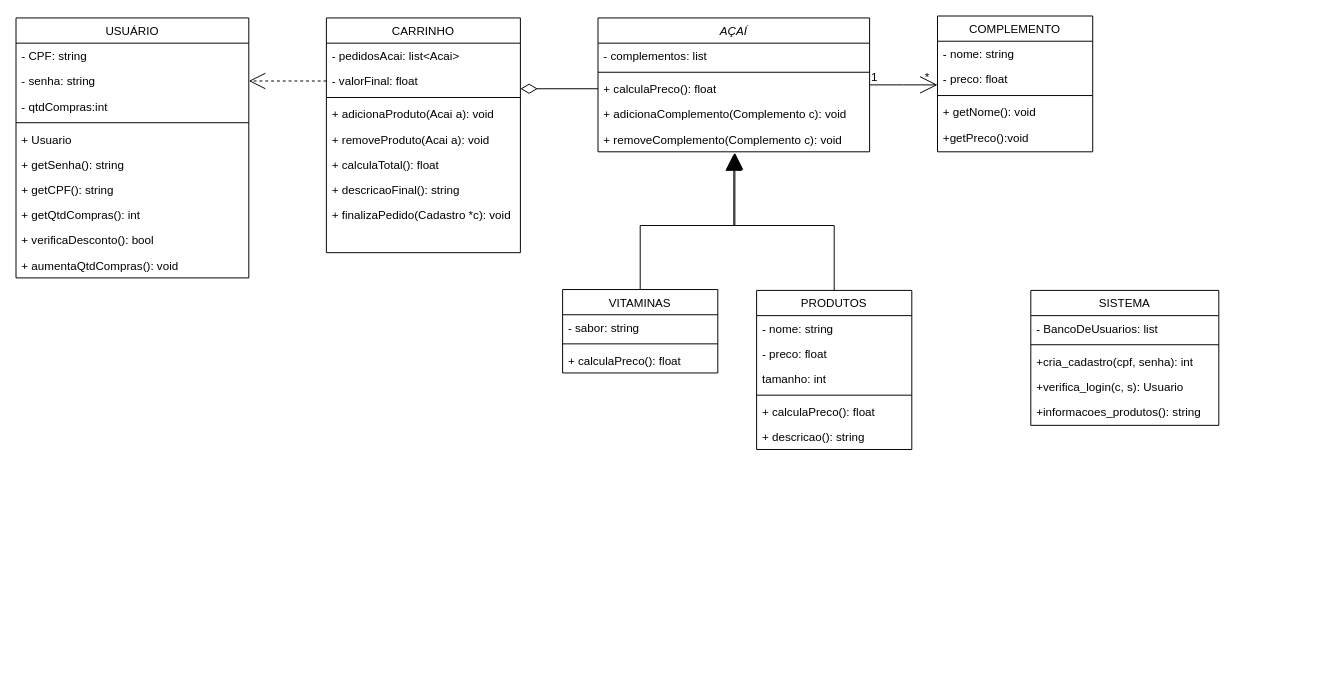
This is DiagramaDeClasses.drawio from leticiaacs/TPFinal, a draw.io file, before an edit. Source tidied: cells renumbered, new cells numbered last; positions are measured from the earlier drawing's top-left corner, leaving out a move shared by most shapes. Both pictures are drawn from the tidied source at 97%, with x=0, y=0 at pixel (16, 16).
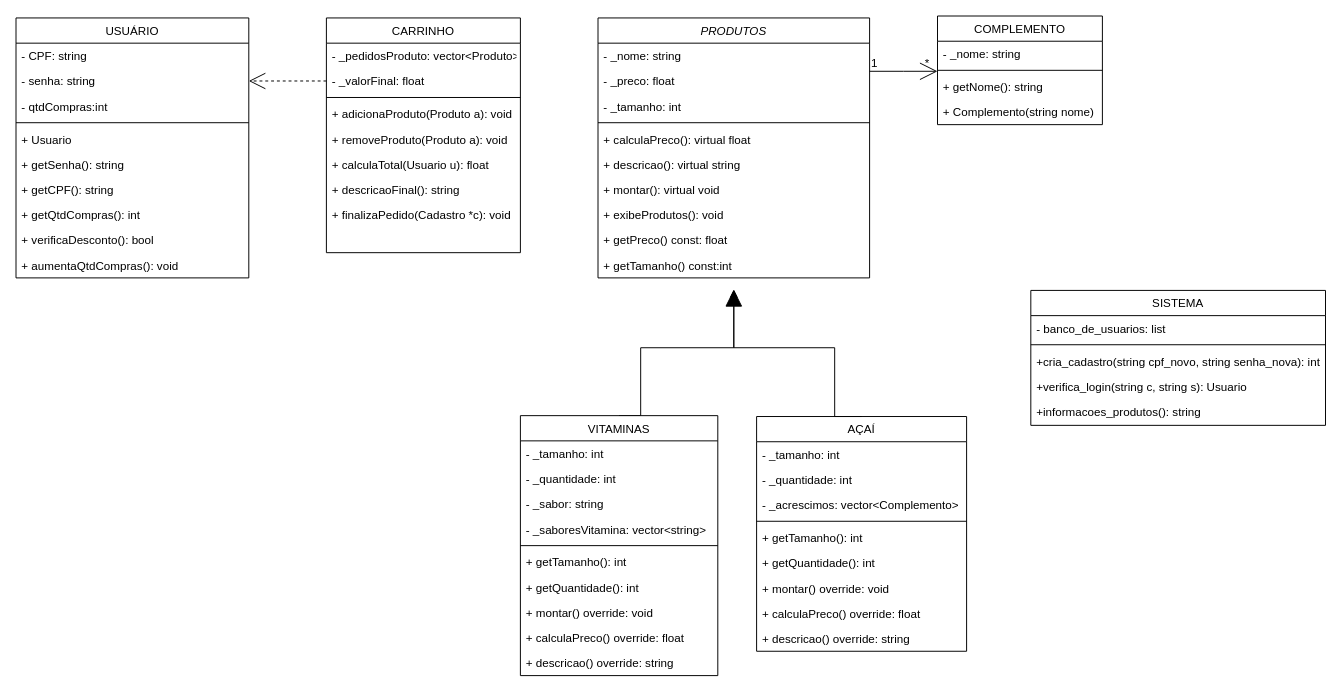
After the change.

Commit message:
Todas as classes foram corrigidas

Unchanged cells that the change refers to:
```xml
<mxCell id="28" value="CARRINHO" style="swimlane;fontStyle=0;align=center;verticalAlign=top;horizontal=1;startSize=26;rounded=0;shadow=0;strokeWidth=1;" parent="1" vertex="1">
  <mxGeometry x="320" y="2" width="200" height="242" as="geometry" />
</mxCell>
```

What changed in the source:
```diff
@@
-    <mxCell id="2" value="AÇAÍ" style="swimlane;fontStyle=2;align=center;verticalAlign=top;horizontal=1;startSize=26;rounded=0;shadow=0;strokeWidth=1;" parent="1" vertex="1">
-      <mxGeometry x="600" y="2" width="280" height="138" as="geometry" />
+    <mxCell id="2" value="PRODUTOS" style="swimlane;fontStyle=2;align=center;verticalAlign=top;horizontal=1;startSize=26;rounded=0;shadow=0;strokeWidth=1;" parent="1" vertex="1">
+      <mxGeometry x="600" y="2" width="280" height="268" as="geometry" />
     </mxCell>
-    <mxCell id="3" value="- complementos: list" style="text;align=left;verticalAlign=top;spacingLeft=4;spacingRight=4;overflow=hidden;rounded=0;shadow=0;html=0;" parent="2" vertex="1">
+    <mxCell id="3" value="- _nome: string" style="text;align=left;verticalAlign=top;spacingLeft=4;spacingRight=4;overflow=hidden;rounded=0;shadow=0;html=0;" parent="2" vertex="1">
       <mxGeometry y="26" width="280" height="26" as="geometry" />
     </mxCell>
+    <mxCell id="58" value="- _preco: float" style="text;align=left;verticalAlign=top;spacingLeft=4;spacingRight=4;overflow=hidden;rounded=0;shadow=0;html=0;" parent="2" vertex="1">
+      <mxGeometry y="52" width="280" height="26" as="geometry" />
+    </mxCell>
+    <mxCell id="59" value="- _tamanho: int" style="text;align=left;verticalAlign=top;spacingLeft=4;spacingRight=4;overflow=hidden;rounded=0;shadow=0;html=0;" parent="2" vertex="1">
+      <mxGeometry y="78" width="280" height="26" as="geometry" />
+    </mxCell>
     <mxCell id="4" style="line;html=1;strokeWidth=1;align=left;verticalAlign=middle;spacingTop=-1;spacingLeft=3;spacingRight=3;labelPosition=right;" parent="2" vertex="1">
-      <mxGeometry y="52" width="280" height="8" as="geometry" />
+      <mxGeometry y="104" width="280" height="8" as="geometry" />
     </mxCell>
-    <mxCell id="5" value="+ calculaPreco(): float" style="text;align=left;verticalAlign=top;spacingLeft=4;spacingRight=4;overflow=hidden;points=[[0,0.5],[1,0.5]];portConstraint=eastwest;" parent="2" vertex="1">
-      <mxGeometry y="60" width="280" height="26" as="geometry" />
+    <mxCell id="5" value="+ calculaPreco(): virtual float" style="text;align=left;verticalAlign=top;spacingLeft=4;spacingRight=4;overflow=hidden;points=[[0,0.5],[1,0.5]];portConstraint=eastwest;" parent="2" vertex="1">
+      <mxGeometry y="112" width="280" height="26" as="geometry" />
     </mxCell>
-    <mxCell id="6" value="+ adicionaComplemento(Complemento c): void" style="text;align=left;verticalAlign=top;spacingLeft=4;spacingRight=4;overflow=hidden;" parent="2" vertex="1">
-      <mxGeometry y="86" width="280" height="26" as="geometry" />
+    <mxCell id="6" value="+ descricao(): virtual string" style="text;align=left;verticalAlign=top;spacingLeft=4;spacingRight=4;overflow=hidden;" parent="2" vertex="1">
+      <mxGeometry y="138" width="280" height="26" as="geometry" />
     </mxCell>
-    <mxCell id="7" value="+ removeComplemento(Complemento c): void" style="text;align=left;verticalAlign=top;spacingLeft=4;spacingRight=4;overflow=hidden;points=[[0,0.5],[1,0.5]];portConstraint=eastwest;" parent="2" vertex="1">
-      <mxGeometry y="112" width="280" height="26" as="geometry" />
+    <mxCell id="7" value="+ montar(): virtual void" style="text;align=left;verticalAlign=top;spacingLeft=4;spacingRight=4;overflow=hidden;points=[[0,0.5],[1,0.5]];portConstraint=eastwest;" parent="2" vertex="1">
+      <mxGeometry y="164" width="280" height="26" as="geometry" />
     </mxCell>
+    <mxCell id="60" value="+ exibeProdutos(): void" style="text;align=left;verticalAlign=top;spacingLeft=4;spacingRight=4;overflow=hidden;" parent="2" vertex="1">
+      <mxGeometry y="190" width="280" height="26" as="geometry" />
+    </mxCell>
+    <mxCell id="61" value="+ getPreco() const: float" style="text;align=left;verticalAlign=top;spacingLeft=4;spacingRight=4;overflow=hidden;" parent="2" vertex="1">
+      <mxGeometry y="216" width="280" height="26" as="geometry" />
+    </mxCell>
+    <mxCell id="62" value="+ getTamanho() const:int" style="text;align=left;verticalAlign=top;spacingLeft=4;spacingRight=4;overflow=hidden;" parent="2" vertex="1">
+      <mxGeometry y="242" width="280" height="26" as="geometry" />
+    </mxCell>
     <mxCell id="8" value="COMPLEMENTO" style="swimlane;fontStyle=0;align=center;verticalAlign=top;horizontal=1;startSize=26;rounded=0;shadow=0;strokeWidth=1;" parent="1" vertex="1">
-      <mxGeometry x="950" width="160" height="140" as="geometry" />
+      <mxGeometry x="950" width="170" height="112" as="geometry" />
     </mxCell>
-    <mxCell id="9" value="- nome: string" style="text;align=left;verticalAlign=top;spacingLeft=4;spacingRight=4;overflow=hidden;" parent="8" vertex="1">
-      <mxGeometry y="26" width="160" height="26" as="geometry" />
+    <mxCell id="9" value="- _nome: string" style="text;align=left;verticalAlign=top;spacingLeft=4;spacingRight=4;overflow=hidden;" parent="8" vertex="1">
+      <mxGeometry y="26" width="170" height="26" as="geometry" />
     </mxCell>
-    <mxCell id="10" value="- preco: float" style="text;align=left;verticalAlign=top;spacingLeft=4;spacingRight=4;overflow=hidden;rounded=0;shadow=0;html=0;" parent="8" vertex="1">
-      <mxGeometry y="52" width="160" height="26" as="geometry" />
-    </mxCell>
     <mxCell id="11" style="line;html=1;strokeWidth=1;align=left;verticalAlign=middle;spacingTop=-1;spacingLeft=3;spacingRight=3;labelPosition=right;" parent="8" vertex="1">
-      <mxGeometry y="78" width="160" height="8" as="geometry" />
+      <mxGeometry y="52" width="170" height="8" as="geometry" />
     </mxCell>
-    <mxCell id="12" value="+ getNome(): void" style="text;align=left;verticalAlign=top;spacingLeft=4;spacingRight=4;overflow=hidden;" parent="8" vertex="1">
-      <mxGeometry y="86" width="160" height="26" as="geometry" />
+    <mxCell id="12" value="+ getNome(): string" style="text;align=left;verticalAlign=top;spacingLeft=4;spacingRight=4;overflow=hidden;" parent="8" vertex="1">
+      <mxGeometry y="60" width="170" height="26" as="geometry" />
     </mxCell>
-    <mxCell id="13" value="+getPreco():void" style="text;align=left;verticalAlign=top;spacingLeft=4;spacingRight=4;overflow=hidden;" parent="8" vertex="1">
-      <mxGeometry y="112" width="160" height="26" as="geometry" />
-    </mxCell>
+    <mxCell id="63" value="+ Complemento(string nome)" style="text;align=left;verticalAlign=top;spacingLeft=4;spacingRight=4;overflow=hidden;" parent="8" vertex="1">
+      <mxGeometry y="86" width="170" height="26" as="geometry" />
+    </mxCell>
@@
-    <mxCell id="29" value="- pedidosAcai: list&lt;Acai&gt;" style="text;align=left;verticalAlign=top;spacingLeft=4;spacingRight=4;overflow=hidden;" parent="28" vertex="1">
+    <mxCell id="29" value="- _pedidosProduto: vector&lt;Produto&gt;" style="text;align=left;verticalAlign=top;spacingLeft=4;spacingRight=4;overflow=hidden;" parent="28" vertex="1">
       <mxGeometry y="26" width="200" height="26" as="geometry" />
     </mxCell>
-    <mxCell id="30" value="- valorFinal: float" style="text;align=left;verticalAlign=top;spacingLeft=4;spacingRight=4;overflow=hidden;points=[[0,0.5],[1,0.5]];portConstraint=eastwest;" parent="28" vertex="1">
+    <mxCell id="30" value="- _valorFinal: float" style="text;align=left;verticalAlign=top;spacingLeft=4;spacingRight=4;overflow=hidden;points=[[0,0.5],[1,0.5]];portConstraint=eastwest;" parent="28" vertex="1">
       <mxGeometry y="52" width="200" height="26" as="geometry" />
     </mxCell>
@@
-    <mxCell id="32" value="+ adicionaProduto(Acai a): void" style="text;align=left;verticalAlign=top;spacingLeft=4;spacingRight=4;overflow=hidden;" parent="28" vertex="1">
+    <mxCell id="32" value="+ adicionaProduto(Produto a): void" style="text;align=left;verticalAlign=top;spacingLeft=4;spacingRight=4;overflow=hidden;" parent="28" vertex="1">
       <mxGeometry y="86" width="200" height="26" as="geometry" />
     </mxCell>
-    <mxCell id="33" value="+ removeProduto(Acai a): void" style="text;align=left;verticalAlign=top;spacingLeft=4;spacingRight=4;overflow=hidden;" parent="28" vertex="1">
+    <mxCell id="33" value="+ removeProduto(Produto a): void" style="text;align=left;verticalAlign=top;spacingLeft=4;spacingRight=4;overflow=hidden;" parent="28" vertex="1">
       <mxGeometry y="112" width="200" height="26" as="geometry" />
     </mxCell>
-    <mxCell id="34" value="+ calculaTotal(): float" style="text;align=left;verticalAlign=top;spacingLeft=4;spacingRight=4;overflow=hidden;" parent="28" vertex="1">
+    <mxCell id="34" value="+ calculaTotal(Usuario u): float" style="text;align=left;verticalAlign=top;spacingLeft=4;spacingRight=4;overflow=hidden;" parent="28" vertex="1">
       <mxGeometry y="138" width="200" height="26" as="geometry" />
     </mxCell>
@@
-    <mxCell id="38" style="edgeStyle=orthogonalEdgeStyle;rounded=0;jettySize=auto;html=1;entryX=1;entryY=0.808;entryDx=0;entryDy=0;entryPerimeter=0;endArrow=diamondThin;endFill=0;strokeWidth=1;endSize=15;" parent="1" edge="1" source="5" target="30">
-      <mxGeometry relative="1" as="geometry" />
-    </mxCell>
-    <mxCell id="39" style="edgeStyle=orthogonalEdgeStyle;rounded=0;jettySize=auto;html=1;entryX=0.504;entryY=1.038;entryDx=0;entryDy=0;entryPerimeter=0;strokeWidth=1;endArrow=block;endFill=1;endSize=15;" parent="1" edge="1" source="40" target="7">
-      <mxGeometry relative="1" as="geometry" />
-    </mxCell>
+    <mxCell id="64" style="edgeStyle=orthogonalEdgeStyle;rounded=0;jettySize=auto;html=1;exitX=0.5;exitY=0;exitDx=0;exitDy=0;" parent="1" edge="1" source="40">
+      <mxGeometry relative="1" as="geometry">
+        <mxPoint x="740" y="282" as="targetPoint" />
+        <Array as="points">
+          <mxPoint x="644" y="342" />
+          <mxPoint x="740" y="342" />
+        </Array>
+      </mxGeometry>
+    </mxCell>
     <mxCell id="40" value="VITAMINAS" style="swimlane;fontStyle=0;align=center;verticalAlign=top;horizontal=1;startSize=26;rounded=0;shadow=0;strokeWidth=1;" parent="1" vertex="1">
-      <mxGeometry x="563.5" y="282" width="160" height="86" as="geometry" />
+      <mxGeometry x="520" y="412" width="203.5" height="268" as="geometry" />
     </mxCell>
+    <mxCell id="65" value="- _tamanho: int" style="text;align=left;verticalAlign=top;spacingLeft=4;spacingRight=4;overflow=hidden;" parent="40" vertex="1">
+      <mxGeometry y="26" width="203.5" height="26" as="geometry" />
+    </mxCell>
+    <mxCell id="66" value="- _quantidade: int" style="text;align=left;verticalAlign=top;spacingLeft=4;spacingRight=4;overflow=hidden;" parent="40" vertex="1">
+      <mxGeometry y="52" width="203.5" height="26" as="geometry" />
+    </mxCell>
+    <mxCell id="67" value="- _sabor: string" style="text;align=left;verticalAlign=top;spacingLeft=4;spacingRight=4;overflow=hidden;" parent="40" vertex="1">
+      <mxGeometry y="78" width="203.5" height="26" as="geometry" />
+    </mxCell>
-    <mxCell id="41" value="- sabor: string" style="text;align=left;verticalAlign=top;spacingLeft=4;spacingRight=4;overflow=hidden;" parent="40" vertex="1">
-      <mxGeometry y="26" width="160" height="26" as="geometry" />
+    <mxCell id="41" value="- _saboresVitamina: vector&lt;string&gt;" style="text;align=left;verticalAlign=top;spacingLeft=4;spacingRight=4;overflow=hidden;" parent="40" vertex="1">
+      <mxGeometry y="104" width="203.5" height="26" as="geometry" />
     </mxCell>
     <mxCell id="42" style="line;html=1;strokeWidth=1;align=left;verticalAlign=middle;spacingTop=-1;spacingLeft=3;spacingRight=3;labelPosition=right;" parent="40" vertex="1">
-      <mxGeometry y="52" width="160" height="8" as="geometry" />
+      <mxGeometry y="130" width="203.5" height="8" as="geometry" />
     </mxCell>
+    <mxCell id="68" value="+ getTamanho(): int" style="text;align=left;verticalAlign=top;spacingLeft=4;spacingRight=4;overflow=hidden;" parent="40" vertex="1">
+      <mxGeometry y="138" width="203.5" height="26" as="geometry" />
+    </mxCell>
+    <mxCell id="69" value="+ getQuantidade(): int" style="text;align=left;verticalAlign=top;spacingLeft=4;spacingRight=4;overflow=hidden;" parent="40" vertex="1">
+      <mxGeometry y="164" width="203.5" height="26" as="geometry" />
+    </mxCell>
+    <mxCell id="70" value="+ montar() override: void" style="text;align=left;verticalAlign=top;spacingLeft=4;spacingRight=4;overflow=hidden;" parent="40" vertex="1">
+      <mxGeometry y="190" width="203.5" height="26" as="geometry" />
+    </mxCell>
+    <mxCell id="71" value="+ calculaPreco() override: float" style="text;align=left;verticalAlign=top;spacingLeft=4;spacingRight=4;overflow=hidden;" parent="40" vertex="1">
+      <mxGeometry y="216" width="203.5" height="26" as="geometry" />
+    </mxCell>
-    <mxCell id="43" value="+ calculaPreco(): float&#10;" style="text;align=left;verticalAlign=top;spacingLeft=4;spacingRight=4;overflow=hidden;" parent="40" vertex="1">
-      <mxGeometry y="60" width="160" height="26" as="geometry" />
+    <mxCell id="43" value="+ descricao() override: string" style="text;align=left;verticalAlign=top;spacingLeft=4;spacingRight=4;overflow=hidden;" parent="40" vertex="1">
+      <mxGeometry y="242" width="203.5" height="26" as="geometry" />
     </mxCell>
-    <mxCell id="44" style="edgeStyle=orthogonalEdgeStyle;rounded=0;jettySize=auto;html=1;strokeWidth=1;endArrow=block;endFill=1;endSize=15;" parent="1" edge="1" source="45">
-      <mxGeometry relative="1" as="geometry">
-        <mxPoint x="740" y="142" as="targetPoint" />
-        <Array as="points">
-          <mxPoint x="844" y="216" />
-          <mxPoint x="740" y="216" />
-        </Array>
-      </mxGeometry>
-    </mxCell>
-    <mxCell id="45" value="PRODUTOS" style="swimlane;fontStyle=0;align=center;verticalAlign=top;horizontal=1;startSize=26;rounded=0;shadow=0;strokeWidth=1;" parent="1" vertex="1">
-      <mxGeometry x="763.5" y="282.9" width="160" height="164" as="geometry" />
+    <mxCell id="45" value="AÇAÍ" style="swimlane;fontStyle=0;align=center;verticalAlign=top;horizontal=1;startSize=26;rounded=0;shadow=0;strokeWidth=1;" parent="1" vertex="1">
+      <mxGeometry x="763.5" y="412.9" width="216.5" height="242" as="geometry" />
     </mxCell>
-    <mxCell id="46" value="- nome: string" style="text;align=left;verticalAlign=top;spacingLeft=4;spacingRight=4;overflow=hidden;" parent="45" vertex="1">
-      <mxGeometry y="26" width="160" height="26" as="geometry" />
+    <mxCell id="46" value="- _tamanho: int" style="text;align=left;verticalAlign=top;spacingLeft=4;spacingRight=4;overflow=hidden;" parent="45" vertex="1">
+      <mxGeometry y="26" width="216.5" height="26" as="geometry" />
     </mxCell>
-    <mxCell id="47" value="- preco: float" style="text;align=left;verticalAlign=top;spacingLeft=4;spacingRight=4;overflow=hidden;rounded=0;shadow=0;html=0;" parent="45" vertex="1">
-      <mxGeometry y="52" width="160" height="26" as="geometry" />
+    <mxCell id="47" value="- _quantidade: int" style="text;align=left;verticalAlign=top;spacingLeft=4;spacingRight=4;overflow=hidden;rounded=0;shadow=0;html=0;" parent="45" vertex="1">
+      <mxGeometry y="52" width="216.5" height="26" as="geometry" />
     </mxCell>
-    <mxCell id="48" value="tamanho: int" style="text;align=left;verticalAlign=top;spacingLeft=4;spacingRight=4;overflow=hidden;rounded=0;shadow=0;html=0;" parent="45" vertex="1">
-      <mxGeometry y="78" width="160" height="26" as="geometry" />
+    <mxCell id="48" value="- _acrescimos: vector&lt;Complemento&gt;" style="text;align=left;verticalAlign=top;spacingLeft=4;spacingRight=4;overflow=hidden;rounded=0;shadow=0;html=0;" parent="45" vertex="1">
+      <mxGeometry y="78" width="216.5" height="26" as="geometry" />
     </mxCell>
     <mxCell id="49" style="line;html=1;strokeWidth=1;align=left;verticalAlign=middle;spacingTop=-1;spacingLeft=3;spacingRight=3;labelPosition=right;" parent="45" vertex="1">
-      <mxGeometry y="104" width="160" height="8" as="geometry" />
+      <mxGeometry y="104" width="216.5" height="8" as="geometry" />
     </mxCell>
-    <mxCell id="50" value="+ calculaPreco(): float" style="text;align=left;verticalAlign=top;spacingLeft=4;spacingRight=4;overflow=hidden;" parent="45" vertex="1">
-      <mxGeometry y="112" width="160" height="26" as="geometry" />
+    <mxCell id="50" value="+ getTamanho(): int" style="text;align=left;verticalAlign=top;spacingLeft=4;spacingRight=4;overflow=hidden;" parent="45" vertex="1">
+      <mxGeometry y="112" width="216.5" height="26" as="geometry" />
     </mxCell>
-    <mxCell id="51" value="+ descricao(): string" style="text;align=left;verticalAlign=top;spacingLeft=4;spacingRight=4;overflow=hidden;" parent="45" vertex="1">
-      <mxGeometry y="138" width="160" height="26" as="geometry" />
+    <mxCell id="51" value="+ getQuantidade(): int" style="text;align=left;verticalAlign=top;spacingLeft=4;spacingRight=4;overflow=hidden;" parent="45" vertex="1">
+      <mxGeometry y="138" width="216.5" height="26" as="geometry" />
     </mxCell>
+    <mxCell id="72" value="+ montar() override: void" style="text;align=left;verticalAlign=top;spacingLeft=4;spacingRight=4;overflow=hidden;" parent="45" vertex="1">
+      <mxGeometry y="164" width="216.5" height="26" as="geometry" />
+    </mxCell>
+    <mxCell id="73" value="+ calculaPreco() override: float" style="text;align=left;verticalAlign=top;spacingLeft=4;spacingRight=4;overflow=hidden;" parent="45" vertex="1">
+      <mxGeometry y="190" width="216.5" height="26" as="geometry" />
+    </mxCell>
+    <mxCell id="74" value="+ descricao() override: string" style="text;align=left;verticalAlign=top;spacingLeft=4;spacingRight=4;overflow=hidden;" parent="45" vertex="1">
+      <mxGeometry y="216" width="216.5" height="26" as="geometry" />
+    </mxCell>
     <mxCell id="52" value="SISTEMA" style="swimlane;fontStyle=0;align=center;verticalAlign=top;horizontal=1;startSize=26;rounded=0;shadow=0;strokeWidth=1;" parent="1" vertex="1">
-      <mxGeometry x="1046.2" y="282.9" width="193.8" height="139.1" as="geometry" />
+      <mxGeometry x="1046.2" y="282.9" width="303.8" height="139.1" as="geometry" />
     </mxCell>
-    <mxCell id="53" value="- BancoDeUsuarios: list" style="text;align=left;verticalAlign=top;spacingLeft=4;spacingRight=4;overflow=hidden;" parent="52" vertex="1">
-      <mxGeometry y="26" width="193.8" height="26" as="geometry" />
+    <mxCell id="53" value="- banco_de_usuarios: list" style="text;align=left;verticalAlign=top;spacingLeft=4;spacingRight=4;overflow=hidden;" parent="52" vertex="1">
+      <mxGeometry y="26" width="303.8" height="26" as="geometry" />
     </mxCell>
     <mxCell id="54" style="line;html=1;strokeWidth=1;align=left;verticalAlign=middle;spacingTop=-1;spacingLeft=3;spacingRight=3;labelPosition=right;" parent="52" vertex="1">
-      <mxGeometry y="52" width="193.8" height="8" as="geometry" />
+      <mxGeometry y="52" width="303.8" height="8" as="geometry" />
     </mxCell>
-    <mxCell id="55" value="+cria_cadastro(cpf, senha): int" style="text;align=left;verticalAlign=top;spacingLeft=4;spacingRight=4;overflow=hidden;" parent="52" vertex="1">
-      <mxGeometry y="60" width="193.8" height="26" as="geometry" />
+    <mxCell id="55" value="+cria_cadastro(string cpf_novo, string senha_nova): int" style="text;align=left;verticalAlign=top;spacingLeft=4;spacingRight=4;overflow=hidden;" parent="52" vertex="1">
+      <mxGeometry y="60" width="303.8" height="26" as="geometry" />
     </mxCell>
-    <mxCell id="56" value="+verifica_login(c, s): Usuario" style="text;align=left;verticalAlign=top;spacingLeft=4;spacingRight=4;overflow=hidden;" parent="52" vertex="1">
-      <mxGeometry y="86" width="193.8" height="26" as="geometry" />
+    <mxCell id="56" value="+verifica_login(string c, string s): Usuario" style="text;align=left;verticalAlign=top;spacingLeft=4;spacingRight=4;overflow=hidden;" parent="52" vertex="1">
+      <mxGeometry y="86" width="303.8" height="26" as="geometry" />
     </mxCell>
     <mxCell id="57" value="+informacoes_produtos(): string" style="text;align=left;verticalAlign=top;spacingLeft=4;spacingRight=4;overflow=hidden;" parent="52" vertex="1">
-      <mxGeometry y="112" width="193.8" height="26" as="geometry" />
+      <mxGeometry y="112" width="303.8" height="26" as="geometry" />
     </mxCell>
+    <mxCell id="75" style="edgeStyle=orthogonalEdgeStyle;rounded=0;jettySize=auto;html=1;exitX=0.5;exitY=0;exitDx=0;exitDy=0;endArrow=block;endFill=1;endSize=15;" parent="1" edge="1" source="45">
+      <mxGeometry relative="1" as="geometry">
+        <mxPoint x="740" y="282" as="targetPoint" />
+        <Array as="points">
+          <mxPoint x="844" y="342" />
+          <mxPoint x="740" y="342" />
+        </Array>
+      </mxGeometry>
+    </mxCell>
```
